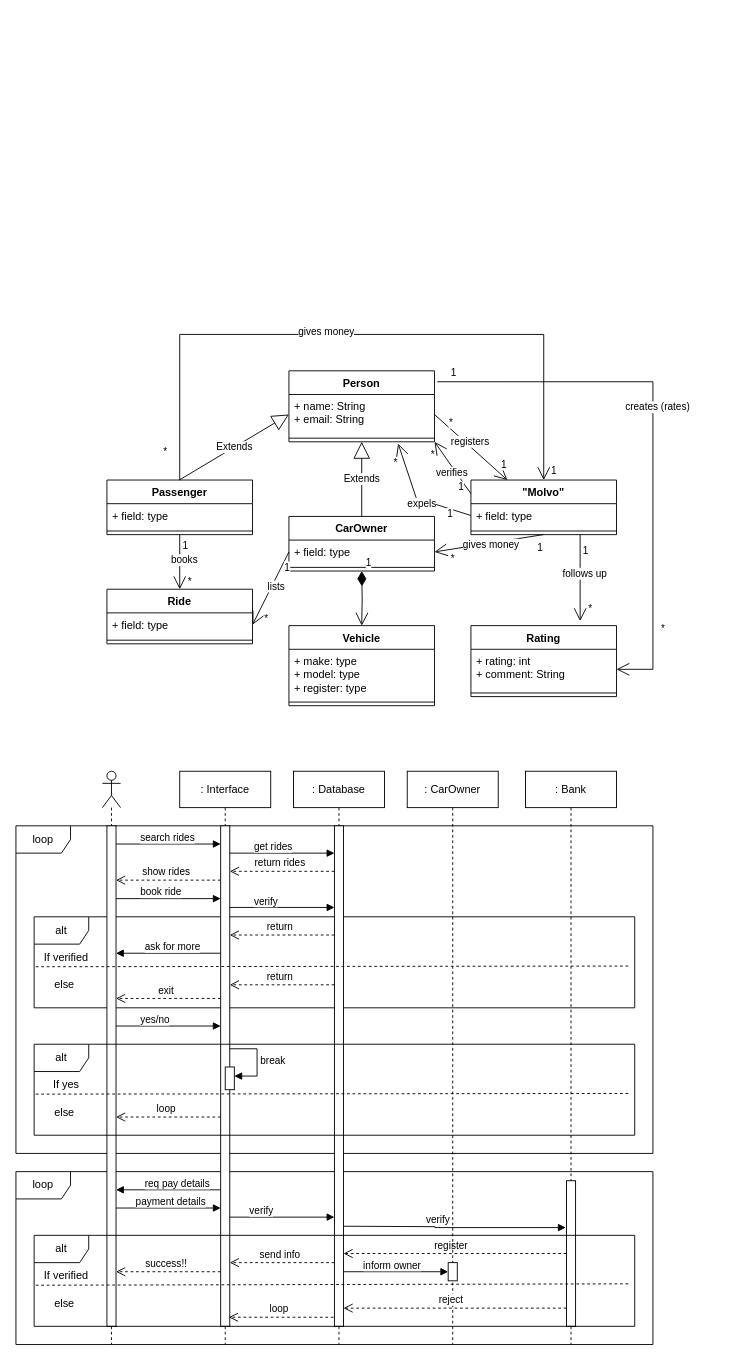
Above: Ex-2.drawio in nangliaa/nangliaa (draw.io), before the change. Source tidied: cells renumbered, new cells numbered last; positions are measured from the earlier drawing's top-left corner, leaving out a move shared by most shapes. Both pictures are drawn from the tidied source at 91%, with x=0, y=0 at pixel (15, 334).
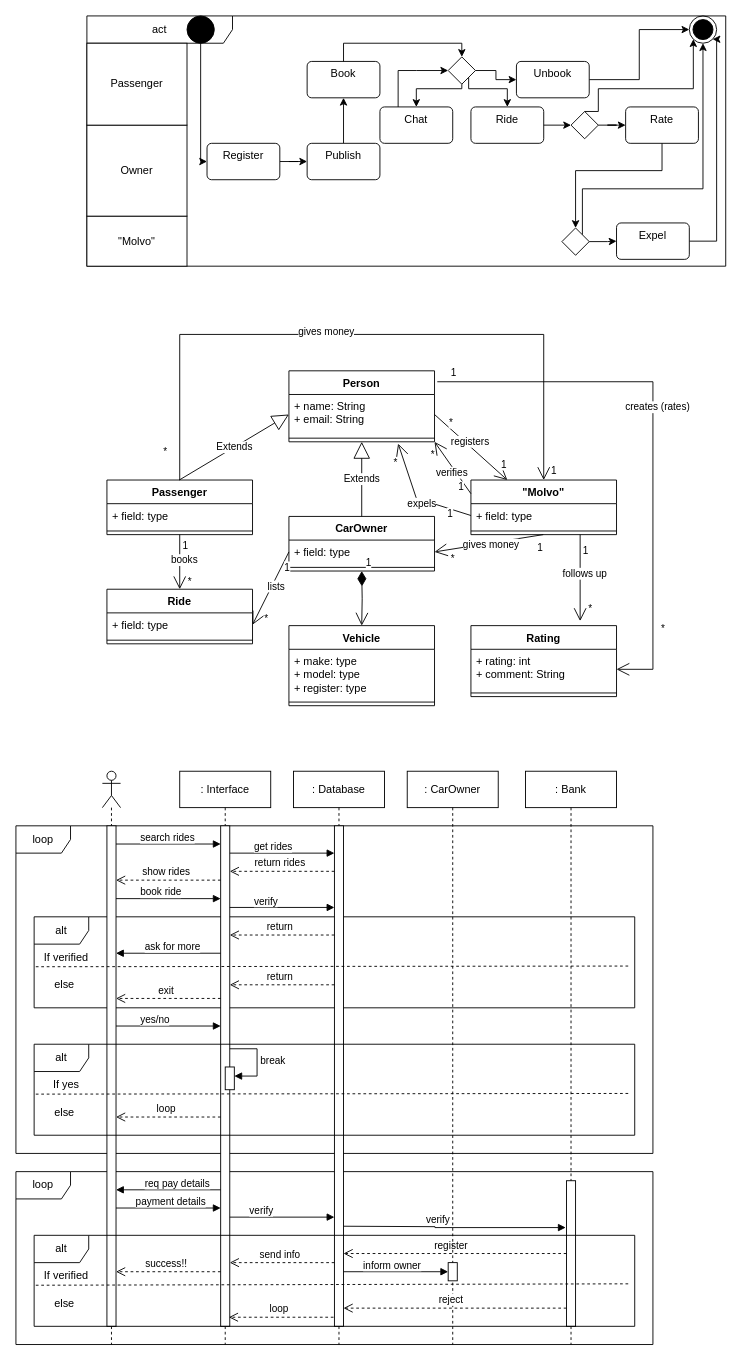
Above is the later version.

Diff of the diagram source:
```diff
@@
+    <mxCell id="110" value="act" style="shape=umlFrame;whiteSpace=wrap;html=1;width=160;" parent="1" vertex="1">
+      <mxGeometry x="78" y="-350" width="702" height="275" as="geometry" />
+    </mxCell>
+    <mxCell id="111" value="&quot;Molvo&quot;" style="html=1;whiteSpace=wrap;" parent="110" vertex="1">
+      <mxGeometry y="220" width="110" height="55" as="geometry" />
+    </mxCell>
+    <mxCell id="112" style="edgeStyle=orthogonalEdgeStyle;rounded=0;jettySize=auto;html=1;entryX=0;entryY=0.5;entryDx=0;entryDy=0;" parent="110" edge="1" source="113" target="115">
+      <mxGeometry relative="1" as="geometry" />
+    </mxCell>
+    <mxCell id="113" value="Register" style="html=1;align=center;verticalAlign=top;rounded=1;absoluteArcSize=1;arcSize=10;dashed=0;whiteSpace=wrap;" parent="110" vertex="1">
+      <mxGeometry x="132" y="140" width="80" height="40" as="geometry" />
+    </mxCell>
+    <mxCell id="114" style="edgeStyle=orthogonalEdgeStyle;rounded=0;jettySize=auto;html=1;entryX=0.5;entryY=1;entryDx=0;entryDy=0;" parent="110" edge="1" source="115" target="117">
+      <mxGeometry relative="1" as="geometry" />
+    </mxCell>
+    <mxCell id="115" value="Publish" style="html=1;align=center;verticalAlign=top;rounded=1;absoluteArcSize=1;arcSize=10;dashed=0;whiteSpace=wrap;" parent="110" vertex="1">
+      <mxGeometry x="242" y="140" width="80" height="40" as="geometry" />
+    </mxCell>
+    <mxCell id="116" style="edgeStyle=orthogonalEdgeStyle;rounded=0;jettySize=auto;html=1;entryX=0.5;entryY=0;entryDx=0;entryDy=0;" parent="110" edge="1" source="126" target="122">
+      <mxGeometry relative="1" as="geometry">
+        <Array as="points">
+          <mxPoint x="412" y="80" />
+          <mxPoint x="362" y="80" />
+        </Array>
+      </mxGeometry>
+    </mxCell>
+    <mxCell id="117" value="Book" style="html=1;align=center;verticalAlign=top;rounded=1;absoluteArcSize=1;arcSize=10;dashed=0;whiteSpace=wrap;" parent="110" vertex="1">
+      <mxGeometry x="242" y="50" width="80" height="40" as="geometry" />
+    </mxCell>
+    <mxCell id="118" style="edgeStyle=orthogonalEdgeStyle;rounded=0;jettySize=auto;html=1;entryX=1;entryY=1;entryDx=0;entryDy=0;" parent="110" edge="1" source="119" target="130">
+      <mxGeometry relative="1" as="geometry">
+        <Array as="points">
+          <mxPoint x="692" y="247" />
+          <mxPoint x="692" y="26" />
+        </Array>
+      </mxGeometry>
+    </mxCell>
+    <mxCell id="119" value="Expel" style="html=1;align=center;verticalAlign=top;rounded=1;absoluteArcSize=1;arcSize=10;dashed=0;whiteSpace=wrap;" parent="110" vertex="1">
+      <mxGeometry x="582" y="227.5" width="80" height="40" as="geometry" />
+    </mxCell>
+    <mxCell id="120" value="Ride" style="html=1;align=center;verticalAlign=top;rounded=1;absoluteArcSize=1;arcSize=10;dashed=0;whiteSpace=wrap;" parent="110" vertex="1">
+      <mxGeometry x="422" y="100" width="80" height="40" as="geometry" />
+    </mxCell>
+    <mxCell id="121" style="edgeStyle=orthogonalEdgeStyle;rounded=0;jettySize=auto;html=1;entryX=0;entryY=0.5;entryDx=0;entryDy=0;exitX=0.25;exitY=0;exitDx=0;exitDy=0;" parent="110" edge="1" source="122" target="126">
+      <mxGeometry relative="1" as="geometry">
+        <Array as="points">
+          <mxPoint x="362" y="60" />
+          <mxPoint x="397" y="60" />
+        </Array>
+      </mxGeometry>
+    </mxCell>
+    <mxCell id="122" value="Chat" style="html=1;align=center;verticalAlign=top;rounded=1;absoluteArcSize=1;arcSize=10;dashed=0;whiteSpace=wrap;" parent="110" vertex="1">
+      <mxGeometry x="322" y="100" width="80" height="40" as="geometry" />
+    </mxCell>
+    <mxCell id="123" style="edgeStyle=orthogonalEdgeStyle;rounded=0;jettySize=auto;html=1;entryX=0.5;entryY=0;entryDx=0;entryDy=0;" parent="110" edge="1" source="117" target="126">
+      <mxGeometry relative="1" as="geometry">
+        <Array as="points">
+          <mxPoint x="282" y="30" />
+          <mxPoint x="412" y="30" />
+        </Array>
+      </mxGeometry>
+    </mxCell>
+    <mxCell id="124" style="edgeStyle=orthogonalEdgeStyle;rounded=0;jettySize=auto;html=1;" parent="110" edge="1" source="126" target="128">
+      <mxGeometry relative="1" as="geometry" />
+    </mxCell>
+    <mxCell id="125" style="edgeStyle=orthogonalEdgeStyle;rounded=0;jettySize=auto;html=1;exitX=1;exitY=1;exitDx=0;exitDy=0;entryX=0.5;entryY=0;entryDx=0;entryDy=0;" parent="110" edge="1" source="126" target="120">
+      <mxGeometry relative="1" as="geometry">
+        <Array as="points">
+          <mxPoint x="420" y="80" />
+          <mxPoint x="462" y="80" />
+        </Array>
+      </mxGeometry>
+    </mxCell>
+    <mxCell id="126" style="rhombus;" parent="110" vertex="1">
+      <mxGeometry x="397" y="45" width="30" height="30" as="geometry" />
+    </mxCell>
+    <mxCell id="127" style="edgeStyle=orthogonalEdgeStyle;rounded=0;jettySize=auto;html=1;entryX=0;entryY=0.5;entryDx=0;entryDy=0;" parent="110" edge="1" source="128" target="130">
+      <mxGeometry relative="1" as="geometry" />
+    </mxCell>
+    <mxCell id="128" value="Unbook" style="html=1;align=center;verticalAlign=top;rounded=1;absoluteArcSize=1;arcSize=10;dashed=0;whiteSpace=wrap;" parent="110" vertex="1">
+      <mxGeometry x="472" y="50" width="80" height="40" as="geometry" />
+    </mxCell>
+    <mxCell id="129" value="Owner" style="html=1;whiteSpace=wrap;" parent="110" vertex="1">
+      <mxGeometry y="120" width="110" height="100" as="geometry" />
+    </mxCell>
+    <mxCell id="130" style="ellipse;html=1;shape=endState;fillColor=strokeColor;" parent="110" vertex="1">
+      <mxGeometry x="662" width="30" height="30" as="geometry" />
+    </mxCell>
+    <mxCell id="131" style="ellipse;fillColor=strokeColor;html=1;" parent="110" vertex="1">
+      <mxGeometry x="110" width="30" height="30" as="geometry" />
+    </mxCell>
+    <mxCell id="132" style="edgeStyle=orthogonalEdgeStyle;rounded=0;jettySize=auto;html=1;entryX=0;entryY=0.5;entryDx=0;entryDy=0;" parent="110" edge="1" source="131" target="113">
+      <mxGeometry relative="1" as="geometry">
+        <Array as="points">
+          <mxPoint x="125" y="160" />
+        </Array>
+      </mxGeometry>
+    </mxCell>
+    <mxCell id="133" style="rhombus;" parent="110" vertex="1">
+      <mxGeometry x="532" y="105" width="30" height="30" as="geometry" />
+    </mxCell>
+    <mxCell id="134" style="edgeStyle=orthogonalEdgeStyle;rounded=0;jettySize=auto;html=1;entryX=0;entryY=0.5;entryDx=0;entryDy=0;" parent="110" edge="1" source="120" target="133">
+      <mxGeometry relative="1" as="geometry">
+        <Array as="points">
+          <mxPoint x="532" y="120" />
+        </Array>
+      </mxGeometry>
+    </mxCell>
+    <mxCell id="135" style="edgeStyle=orthogonalEdgeStyle;rounded=0;jettySize=auto;html=1;exitX=0.5;exitY=0;exitDx=0;exitDy=0;entryX=0;entryY=1;entryDx=0;entryDy=0;" parent="110" edge="1" source="133" target="130">
+      <mxGeometry relative="1" as="geometry">
+        <Array as="points">
+          <mxPoint x="562" y="105" />
+          <mxPoint x="562" y="80" />
+          <mxPoint x="666" y="80" />
+        </Array>
+      </mxGeometry>
+    </mxCell>
@@
+    <mxCell id="136" value="Passenger" style="html=1;whiteSpace=wrap;" parent="1" vertex="1">
+      <mxGeometry x="78" y="-320" width="110" height="90" as="geometry" />
+    </mxCell>
+    <mxCell id="137" value="Rate" style="html=1;align=center;verticalAlign=top;rounded=1;absoluteArcSize=1;arcSize=10;dashed=0;whiteSpace=wrap;" parent="1" vertex="1">
+      <mxGeometry x="670" y="-250" width="80" height="40" as="geometry" />
+    </mxCell>
+    <mxCell id="138" style="edgeStyle=orthogonalEdgeStyle;rounded=0;jettySize=auto;html=1;entryX=0.5;entryY=0;entryDx=0;entryDy=0;" parent="1" edge="1" source="137" target="142">
+      <mxGeometry relative="1" as="geometry">
+        <Array as="points">
+          <mxPoint x="710" y="-180" />
+          <mxPoint x="615" y="-180" />
+        </Array>
+      </mxGeometry>
+    </mxCell>
+    <mxCell id="139" style="edgeStyle=orthogonalEdgeStyle;rounded=0;jettySize=auto;html=1;entryX=0;entryY=0.5;entryDx=0;entryDy=0;" parent="1" edge="1" source="133" target="137">
+      <mxGeometry relative="1" as="geometry" />
+    </mxCell>
+    <mxCell id="140" style="edgeStyle=orthogonalEdgeStyle;rounded=0;jettySize=auto;html=1;exitX=1;exitY=0;exitDx=0;exitDy=0;entryX=0.5;entryY=1;entryDx=0;entryDy=0;" parent="1" edge="1" source="142" target="130">
+      <mxGeometry relative="1" as="geometry">
+        <Array as="points">
+          <mxPoint x="622" y="-160" />
+          <mxPoint x="755" y="-160" />
+        </Array>
+      </mxGeometry>
+    </mxCell>
+    <mxCell id="141" style="edgeStyle=orthogonalEdgeStyle;rounded=0;jettySize=auto;html=1;" parent="1" edge="1" source="142" target="119">
+      <mxGeometry relative="1" as="geometry" />
+    </mxCell>
+    <mxCell id="142" style="rhombus;" parent="1" vertex="1">
+      <mxGeometry x="600" y="-117" width="30" height="30" as="geometry" />
+    </mxCell>
```
